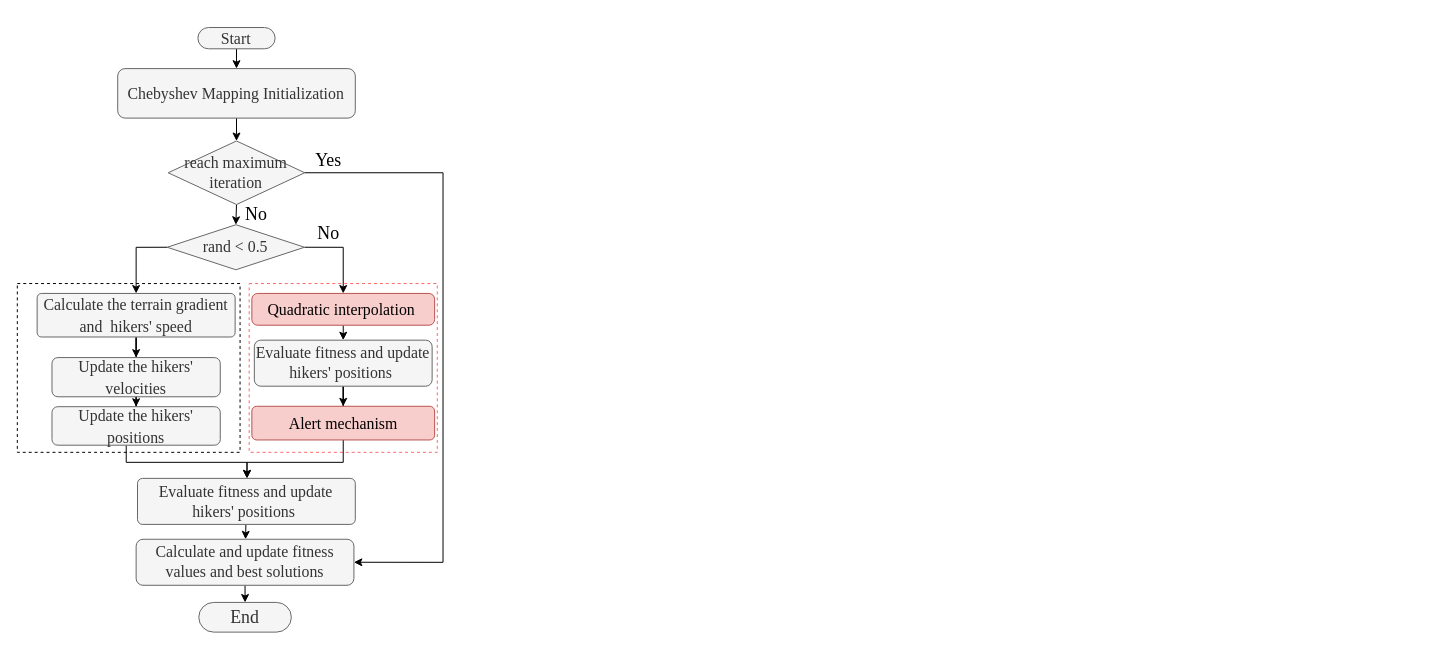
The draw.io diagram 海洋.drawio in lyj-12/DrawIO, before the edit. Source tidied: cells renumbered, new cells numbered last; positions are measured from the earlier drawing's top-left corner, leaving out a move shared by most shapes. Both pictures are drawn from the tidied source at 99%, with x=0, y=0 at pixel (17, 27).
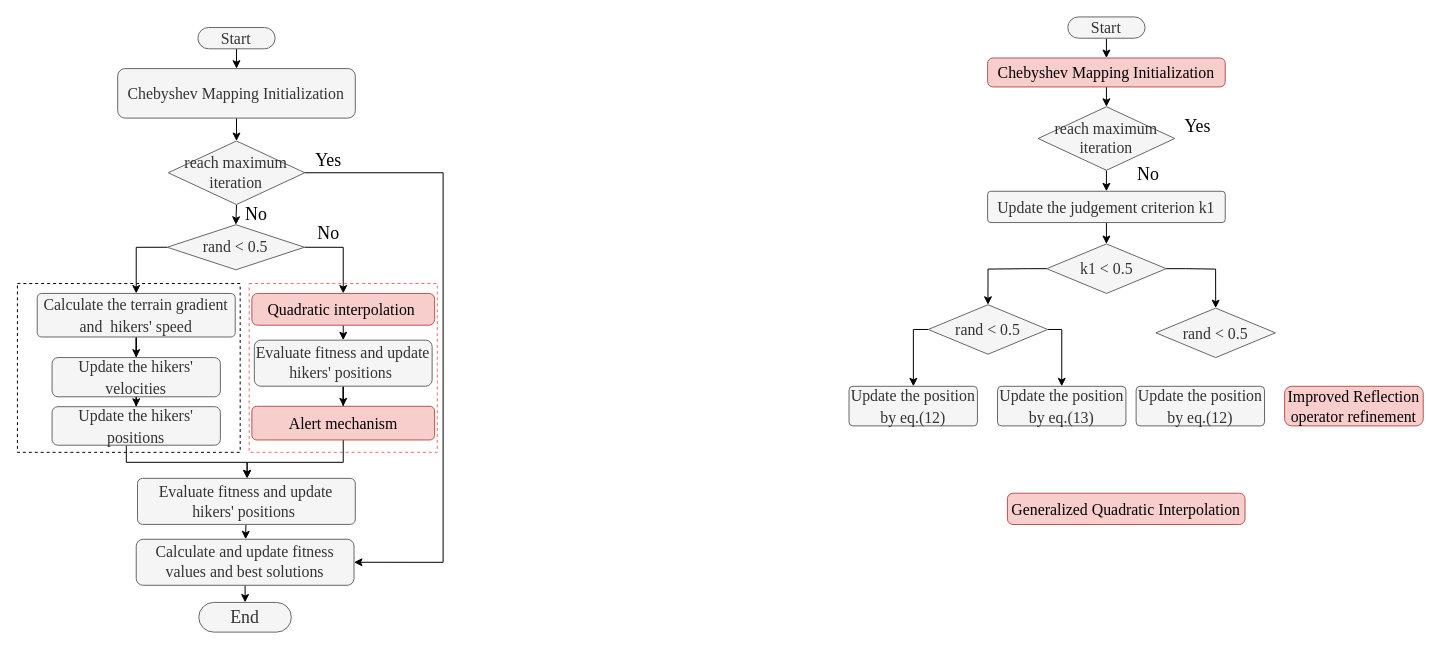
After the change.

Unchanged cells that the change refers to:
```xml
<mxCell id="10" value="&lt;font&gt;&amp;nbsp;&lt;/font&gt;&lt;span style=&quot;background-color: initial;&quot;&gt;reach maximum&amp;nbsp; iteration&lt;/span&gt;" style="rhombus;whiteSpace=wrap;html=1;rounded=0;align=center;verticalAlign=middle;arcSize=50;fontFamily=Times New Roman;fontSize=16;fillColor=#f5f5f5;fontColor=#333333;strokeColor=#666666;" parent="1" vertex="1">
  <mxGeometry x="152.4" y="114.9" width="138" height="64.2" as="geometry" />
</mxCell>
<mxCell id="30" value="Alert mechanism" style="rounded=1;whiteSpace=wrap;html=1;align=center;verticalAlign=middle;arcSize=14;fontFamily=Times New Roman;fontSize=16;strokeColor=#b85450;fontColor=default;fillColor=#f8cecc;" parent="1" vertex="1">
  <mxGeometry x="236.9" y="382.9" width="184.6" height="34" as="geometry" />
</mxCell>
<mxCell id="32" value="Evaluate fitness and update hikers' positions&amp;nbsp;" style="rounded=1;whiteSpace=wrap;html=1;align=center;verticalAlign=middle;arcSize=11;fontFamily=Times New Roman;fontSize=16;fillColor=#f5f5f5;fontColor=#333333;strokeColor=#666666;" parent="1" vertex="1">
  <mxGeometry x="121.4" y="455.7" width="220" height="46.5" as="geometry" />
</mxCell>
```

The edit, as a diff of the source:
```diff
@@
     <mxCell id="3" style="rounded=0;whiteSpace=wrap;html=1;dashed=1;fontFamily=Times New Roman;fontSize=18;" parent="1" vertex="1">
-      <mxGeometry y="258.9" width="225" height="170.5" as="geometry" />
+      <mxGeometry x="0.1" y="258.9" width="225" height="170.5" as="geometry" />
     </mxCell>
@@
     <mxCell id="9" style="edgeStyle=orthogonalEdgeStyle;rounded=0;jettySize=auto;html=1;exitX=1;exitY=0.5;exitDx=0;exitDy=0;entryX=1;entryY=0.5;entryDx=0;entryDy=0;fontFamily=Times New Roman;fontSize=18;" parent="1" edge="1" source="10" target="13">
       <mxGeometry relative="1" as="geometry">
         <Array as="points">
-          <mxPoint x="430" y="147.5" />
-          <mxPoint x="430" y="540.5" />
+          <mxPoint x="430.1" y="147.5" />
+          <mxPoint x="430.1" y="540.5" />
         </Array>
       </mxGeometry>
     </mxCell>
@@
     <mxCell id="13" value="&lt;font&gt;Calculate and update fitness values and best solutions&lt;/font&gt;" style="rounded=1;whiteSpace=wrap;html=1;align=center;verticalAlign=middle;arcSize=15;fontFamily=Times New Roman;fontSize=16;fillColor=#f5f5f5;fontColor=#333333;strokeColor=#666666;" parent="1" vertex="1">
-      <mxGeometry x="120" y="517.2" width="220" height="46.5" as="geometry" />
+      <mxGeometry x="120.1" y="517.2" width="220" height="46.5" as="geometry" />
     </mxCell>
     <mxCell id="14" value="&lt;font&gt;Yes&lt;/font&gt;" style="text;html=1;align=center;verticalAlign=middle;strokeColor=none;fillColor=none;fontSize=18;fontFamily=Times New Roman;" parent="1" vertex="1">
-      <mxGeometry x="288.7" y="114.9" width="50" height="40" as="geometry" />
+      <mxGeometry x="288.8" y="114.9" width="50" height="40" as="geometry" />
     </mxCell>
@@
     <mxCell id="20" value="&lt;font style=&quot;font-size: 16px;&quot;&gt;Calculate the terrain gradient and&amp;nbsp; hikers' speed&lt;/font&gt;" style="rounded=1;whiteSpace=wrap;html=1;align=center;verticalAlign=middle;arcSize=10;fontFamily=Times New Roman;fontSize=18;fillColor=#f5f5f5;fontColor=#333333;strokeColor=#666666;" parent="1" vertex="1">
-      <mxGeometry x="20" y="268.9" width="200" height="44" as="geometry" />
+      <mxGeometry x="20.1" y="268.9" width="200" height="44" as="geometry" />
     </mxCell>
@@
     <mxCell id="22" value="&lt;font style=&quot;font-size: 16px;&quot;&gt;Update the hikers' velocities&lt;/font&gt;" style="rounded=1;whiteSpace=wrap;html=1;align=center;verticalAlign=middle;arcSize=15;fontFamily=Times New Roman;fontSize=18;fillColor=#f5f5f5;fontColor=#333333;strokeColor=#666666;" parent="1" vertex="1">
-      <mxGeometry x="35" y="333.7" width="170" height="39.6" as="geometry" />
+      <mxGeometry x="35.1" y="333.7" width="170" height="39.6" as="geometry" />
     </mxCell>
     <mxCell id="23" style="edgeStyle=orthogonalEdgeStyle;rounded=0;jettySize=auto;html=1;fontFamily=Times New Roman;fontSize=18;" parent="1" edge="1" source="24" target="32">
       <mxGeometry relative="1" as="geometry">
         <Array as="points">
-          <mxPoint x="110" y="439.5" />
-          <mxPoint x="232" y="439.5" />
+          <mxPoint x="110.1" y="439.5" />
+          <mxPoint x="232.1" y="439.5" />
         </Array>
       </mxGeometry>
     </mxCell>
     <mxCell id="24" value="&lt;font style=&quot;font-size: 16px;&quot;&gt;Update the hikers' positions&lt;/font&gt;" style="rounded=1;whiteSpace=wrap;html=1;align=center;verticalAlign=middle;arcSize=15;fontFamily=Times New Roman;fontSize=18;fillColor=#f5f5f5;fontColor=#333333;strokeColor=#666666;" parent="1" vertex="1">
-      <mxGeometry x="35" y="383.3" width="170" height="38.9" as="geometry" />
+      <mxGeometry x="35.1" y="383.3" width="170" height="38.9" as="geometry" />
     </mxCell>
@@
     <mxCell id="29" style="edgeStyle=orthogonalEdgeStyle;rounded=0;jettySize=auto;html=1;fontFamily=Times New Roman;fontSize=18;" parent="1" edge="1" source="30" target="32">
       <mxGeometry relative="1" as="geometry">
         <Array as="points">
-          <mxPoint x="329" y="439.5" />
-          <mxPoint x="232" y="439.5" />
+          <mxPoint x="329.1" y="439.5" />
+          <mxPoint x="232.1" y="439.5" />
         </Array>
       </mxGeometry>
     </mxCell>
@@
     <mxCell id="33" value="&lt;font&gt;No&lt;/font&gt;" style="text;html=1;align=center;verticalAlign=middle;fontSize=18;fontFamily=Times New Roman;" parent="1" vertex="1">
-      <mxGeometry x="288.7" y="188.3" width="50" height="40" as="geometry" />
+      <mxGeometry x="288.8" y="188.3" width="50" height="40" as="geometry" />
     </mxCell>
+    <mxCell id="34" style="rounded=0;jettySize=auto;html=1;entryX=0.5;entryY=0;entryDx=0;entryDy=0;fontFamily=Times New Roman;fontSize=18;" parent="1" edge="1" source="35" target="37">
+      <mxGeometry relative="1" as="geometry" />
+    </mxCell>
+    <mxCell id="35" value="Start" style="rounded=1;whiteSpace=wrap;html=1;absoluteArcSize=0;arcSize=50;fontSize=16;fontFamily=Times New Roman;fillColor=#f5f5f5;fontColor=#333333;strokeColor=#666666;" parent="1" vertex="1">
+      <mxGeometry x="1061.1" y="-10.4" width="78" height="21.5" as="geometry" />
+    </mxCell>
+    <mxCell id="36" style="rounded=0;jettySize=auto;html=1;entryX=0.5;entryY=0;entryDx=0;entryDy=0;fontFamily=Times New Roman;fontSize=18;" parent="1" edge="1" source="37" target="39">
+      <mxGeometry relative="1" as="geometry" />
+    </mxCell>
+    <mxCell id="37" value="&lt;font&gt;Chebyshev Mapping Initialization&lt;/font&gt;" style="rounded=1;whiteSpace=wrap;html=1;align=center;verticalAlign=middle;arcSize=18;fontFamily=Times New Roman;fontSize=16;fillColor=#f8cecc;fontColor=default;strokeColor=#b85450;" parent="1" vertex="1">
+      <mxGeometry x="980.1" y="31.1" width="240" height="29.2" as="geometry" />
+    </mxCell>
+    <mxCell id="38" style="edgeStyle=orthogonalEdgeStyle;rounded=0;jettySize=auto;html=1;exitX=0.5;exitY=1;exitDx=0;exitDy=0;entryX=0.5;entryY=0;entryDx=0;entryDy=0;fontFamily=Times New Roman;fontSize=18;" parent="1" edge="1" source="39" target="43">
+      <mxGeometry relative="1" as="geometry" />
+    </mxCell>
+    <mxCell id="39" value="&lt;font&gt;&amp;nbsp;&lt;/font&gt;&lt;span style=&quot;background-color: initial;&quot;&gt;reach maximum&amp;nbsp; iteration&lt;/span&gt;" style="rhombus;whiteSpace=wrap;html=1;rounded=0;align=center;verticalAlign=middle;arcSize=50;fontFamily=Times New Roman;fontSize=16;fillColor=#f5f5f5;fontColor=#333333;strokeColor=#666666;" parent="1" vertex="1">
+      <mxGeometry x="1031.1" y="80.3" width="138" height="64.2" as="geometry" />
+    </mxCell>
+    <mxCell id="40" value="&lt;font&gt;Yes&lt;/font&gt;" style="text;html=1;align=center;verticalAlign=middle;strokeColor=none;fillColor=none;fontSize=18;fontFamily=Times New Roman;" parent="1" vertex="1">
+      <mxGeometry x="1167.4" y="80.3" width="50" height="40" as="geometry" />
+    </mxCell>
+    <mxCell id="41" value="&lt;font&gt;No&lt;/font&gt;" style="text;html=1;align=center;verticalAlign=middle;fontSize=18;fontFamily=Times New Roman;" parent="1" vertex="1">
+      <mxGeometry x="1117.4" y="128.7" width="50" height="40" as="geometry" />
+    </mxCell>
+    <mxCell id="42" style="edgeStyle=orthogonalEdgeStyle;rounded=0;jettySize=auto;html=1;" parent="1" edge="1" source="43" target="45">
+      <mxGeometry relative="1" as="geometry" />
+    </mxCell>
+    <mxCell id="43" value="&lt;font style=&quot;font-size: 16px;&quot;&gt;Update the judgement criterion k1&lt;/font&gt;" style="rounded=1;whiteSpace=wrap;html=1;align=center;verticalAlign=middle;arcSize=10;fontFamily=Times New Roman;fontSize=18;fillColor=#f5f5f5;fontColor=#333333;strokeColor=#666666;" parent="1" vertex="1">
+      <mxGeometry x="980.1" y="165.7" width="240" height="31.6" as="geometry" />
+    </mxCell>
+    <mxCell id="44" style="edgeStyle=orthogonalEdgeStyle;rounded=0;jettySize=auto;html=1;entryX=0.5;entryY=0;entryDx=0;entryDy=0;" parent="1" edge="1" source="45" target="49">
+      <mxGeometry relative="1" as="geometry">
+        <Array as="points">
+          <mxPoint x="1020.1" y="244.3" />
+          <mxPoint x="980.1" y="244.3" />
+        </Array>
+      </mxGeometry>
+    </mxCell>
+    <mxCell id="45" value="k1 &amp;lt; 0.5" style="rhombus;whiteSpace=wrap;html=1;rounded=0;align=center;verticalAlign=middle;arcSize=50;fontFamily=Times New Roman;fontSize=16;fillColor=#f5f5f5;fontColor=#333333;strokeColor=#666666;" parent="1" vertex="1">
+      <mxGeometry x="1039.8" y="218.9" width="120.7" height="50" as="geometry" />
+    </mxCell>
+    <mxCell id="46" value="&lt;font style=&quot;font-size: 16px;&quot;&gt;Update the position by eq.(12)&lt;/font&gt;" style="rounded=1;whiteSpace=wrap;html=1;align=center;verticalAlign=middle;arcSize=10;fontFamily=Times New Roman;fontSize=18;fillColor=#f5f5f5;fontColor=#333333;strokeColor=#666666;" parent="1" vertex="1">
+      <mxGeometry x="840.1" y="362.7" width="129.7" height="40" as="geometry" />
+    </mxCell>
+    <mxCell id="47" style="edgeStyle=orthogonalEdgeStyle;rounded=0;jettySize=auto;html=1;" parent="1" edge="1" source="49" target="46">
+      <mxGeometry relative="1" as="geometry">
+        <Array as="points">
+          <mxPoint x="905.1" y="305.3" />
+        </Array>
+      </mxGeometry>
+    </mxCell>
+    <mxCell id="48" style="edgeStyle=orthogonalEdgeStyle;rounded=0;jettySize=auto;html=1;entryX=0.5;entryY=0;entryDx=0;entryDy=0;" parent="1" edge="1" source="49" target="52">
+      <mxGeometry relative="1" as="geometry">
+        <Array as="points">
+          <mxPoint x="1055.1" y="305.3" />
+          <mxPoint x="1055.1" y="362.3" />
+        </Array>
+      </mxGeometry>
+    </mxCell>
+    <mxCell id="49" value="rand &amp;lt; 0.5" style="rhombus;whiteSpace=wrap;html=1;rounded=0;align=center;verticalAlign=middle;arcSize=50;fontFamily=Times New Roman;fontSize=16;fillColor=#f5f5f5;fontColor=#333333;strokeColor=#666666;" parent="1" vertex="1">
+      <mxGeometry x="920.1" y="280.3" width="120.7" height="50" as="geometry" />
+    </mxCell>
+    <mxCell id="50" value="rand &amp;lt; 0.5" style="rhombus;whiteSpace=wrap;html=1;rounded=0;align=center;verticalAlign=middle;arcSize=50;fontFamily=Times New Roman;fontSize=16;fillColor=#f5f5f5;fontColor=#333333;strokeColor=#666666;" parent="1" vertex="1">
+      <mxGeometry x="1150.1" y="283.7" width="120.7" height="50" as="geometry" />
+    </mxCell>
+    <mxCell id="51" style="edgeStyle=orthogonalEdgeStyle;rounded=0;jettySize=auto;html=1;entryX=0.5;entryY=0;entryDx=0;entryDy=0;" parent="1" edge="1" source="45" target="50">
+      <mxGeometry relative="1" as="geometry">
+        <Array as="points">
+          <mxPoint x="1180.1" y="244.3" />
+          <mxPoint x="1210.1" y="244.3" />
+        </Array>
+      </mxGeometry>
+    </mxCell>
+    <mxCell id="52" value="&lt;font style=&quot;font-size: 16px;&quot;&gt;Update the position by eq.(13)&lt;/font&gt;" style="rounded=1;whiteSpace=wrap;html=1;align=center;verticalAlign=middle;arcSize=10;fontFamily=Times New Roman;fontSize=18;fillColor=#f5f5f5;fontColor=#333333;strokeColor=#666666;" parent="1" vertex="1">
+      <mxGeometry x="990.1" y="362.7" width="129.7" height="40" as="geometry" />
+    </mxCell>
+    <mxCell id="53" value="&lt;font style=&quot;font-size: 16px;&quot;&gt;Update the position by eq.(12)&lt;/font&gt;" style="rounded=1;whiteSpace=wrap;html=1;align=center;verticalAlign=middle;arcSize=10;fontFamily=Times New Roman;fontSize=18;fillColor=#f5f5f5;fontColor=#333333;strokeColor=#666666;" parent="1" vertex="1">
+      <mxGeometry x="1130.1" y="362.7" width="129.7" height="40" as="geometry" />
+    </mxCell>
+    <mxCell id="54" value="&lt;font style=&quot;font-size: 16px;&quot;&gt;Improved Reflection operator refinement&lt;/font&gt;" style="rounded=1;whiteSpace=wrap;html=1;align=center;verticalAlign=middle;arcSize=18;fontFamily=Times New Roman;fontSize=16;fillColor=#f8cecc;fontColor=default;strokeColor=#b85450;" parent="1" vertex="1">
+      <mxGeometry x="1280.1" y="362.7" width="140" height="40" as="geometry" />
+    </mxCell>
+    <mxCell id="55" value="&lt;font style=&quot;font-size: 16px;&quot;&gt;Generalized Quadratic Interpolation&lt;/font&gt;" style="rounded=1;whiteSpace=wrap;html=1;align=center;verticalAlign=middle;arcSize=18;fontFamily=Times New Roman;fontSize=16;fillColor=#f8cecc;fontColor=default;strokeColor=#b85450;" parent="1" vertex="1">
+      <mxGeometry x="1000.1" y="470.7" width="240" height="31.6" as="geometry" />
+    </mxCell>
```
